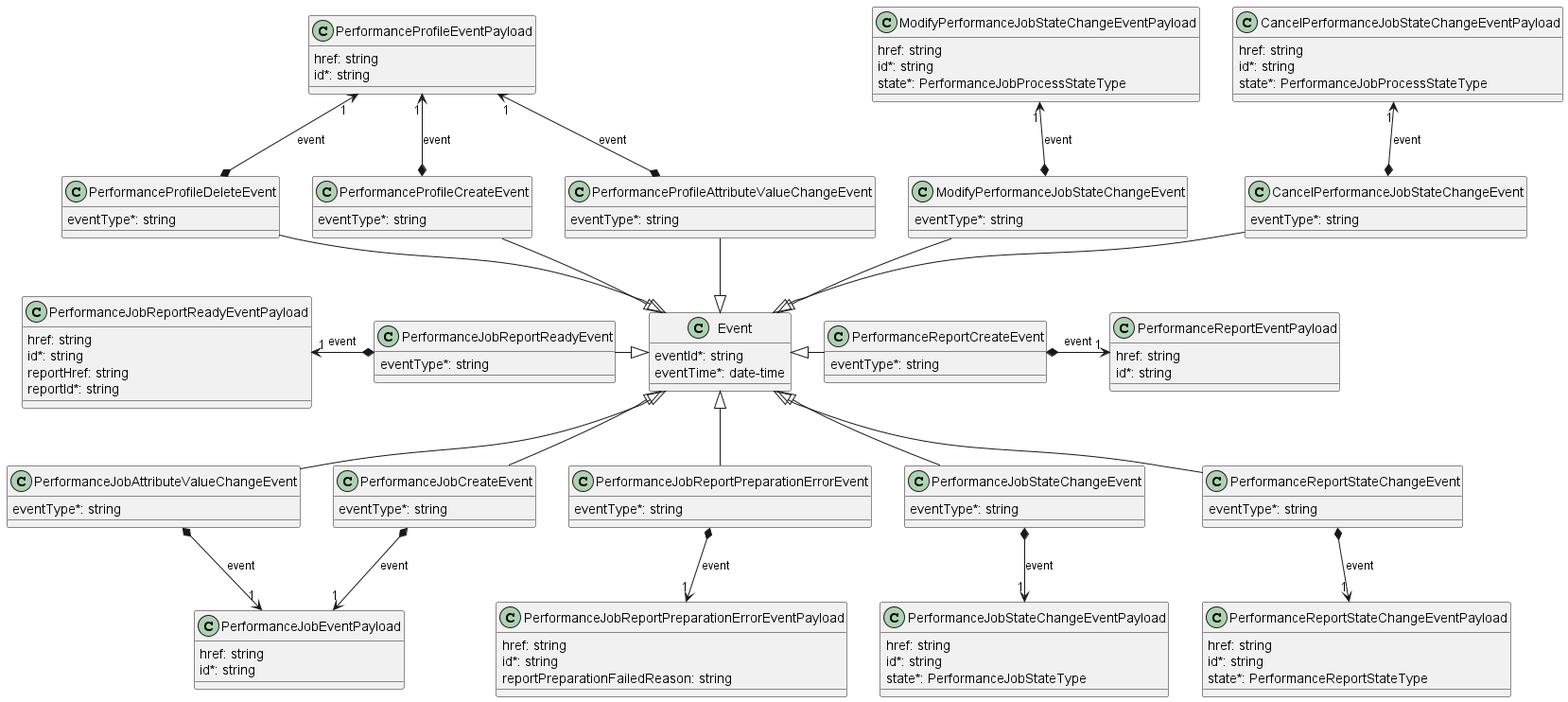
Before: documentation/serviceApi/pm/performance/media/performanceMonitoringNotificationModel.png, a diagram exported from PlantUML (MEF-GIT/MEF-LSO-Legato-SDK).
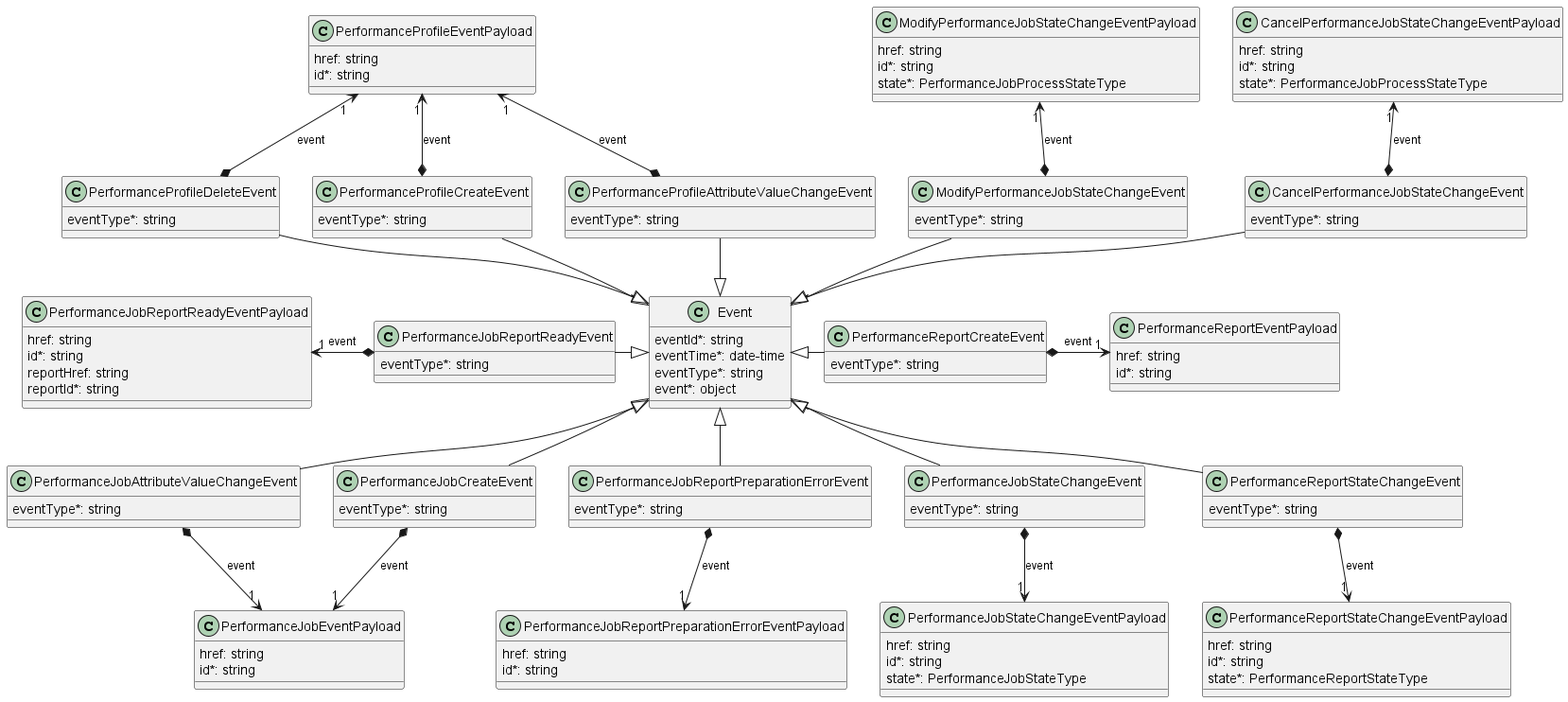
The same file after the commit.

What changed in the source:
```diff
@@ -1,186 +1,142 @@
 @startuml performanceMonitoringNotificationModel
 
 class CancelPerformanceJobStateChangeEvent {
-
     eventType*: string
 }
 Event <|-u- CancelPerformanceJobStateChangeEvent
 
 CancelPerformanceJobStateChangeEvent *-u->"1" CancelPerformanceJobStateChangeEventPayload : event
 
-
 class CancelPerformanceJobStateChangeEventPayload {
-
     href: string
     id*: string
     state*: PerformanceJobProcessStateType
 }
+
 class Event {
-
     eventId*: string
     eventTime*: date-time
+    eventType*: string
+    event*: object
 }
 
-
-
 class ModifyPerformanceJobStateChangeEvent {
-
     eventType*: string
 }
 Event <|-u- ModifyPerformanceJobStateChangeEvent
 
 ModifyPerformanceJobStateChangeEvent *-u->"1" ModifyPerformanceJobStateChangeEventPayload : event
 
-
 class ModifyPerformanceJobStateChangeEventPayload {
-
     href: string
     id*: string
     state*: PerformanceJobProcessStateType
 }
 
-
-
 class PerformanceJobAttributeValueChangeEvent {
-
     eventType*: string
 }
 Event <|-- PerformanceJobAttributeValueChangeEvent
 
 PerformanceJobAttributeValueChangeEvent *-->"1" PerformanceJobEventPayload : event
 
-
 class PerformanceJobCreateEvent {
-
     eventType*: string
 }
 Event <|-- PerformanceJobCreateEvent
 
 PerformanceJobCreateEvent *-->"1" PerformanceJobEventPayload : event
 
-
 class PerformanceJobEventPayload {
-
     href: string
     id*: string
 }
 
 class PerformanceJobReportPreparationErrorEvent {
-
     eventType*: string
 }
 Event <|-- PerformanceJobReportPreparationErrorEvent
 
 PerformanceJobReportPreparationErrorEvent *-->"1" PerformanceJobReportPreparationErrorEventPayload : event
 
-
 class PerformanceJobReportPreparationErrorEventPayload {
-
     href: string
     id*: string
-    reportPreparationFailedReason: string
 }
 
-
-
 class PerformanceJobReportReadyEvent {
-
     eventType*: string
 }
 Event <|-l- PerformanceJobReportReadyEvent
 
 PerformanceJobReportReadyEvent *-l->"1" PerformanceJobReportReadyEventPayload : event
 
-
 class PerformanceJobReportReadyEventPayload {
-
     href: string
     id*: string
     reportHref: string
     reportId*: string
 }
 
-
-
 class PerformanceJobStateChangeEvent {
-
     eventType*: string
 }
 Event <|-- PerformanceJobStateChangeEvent
 
 PerformanceJobStateChangeEvent *-->"1" PerformanceJobStateChangeEventPayload : event
 
-
 class PerformanceJobStateChangeEventPayload {
-
     href: string
     id*: string
     state*: PerformanceJobStateType
 }
 
 class PerformanceProfileAttributeValueChangeEvent {
-
     eventType*: string
 }
 Event <|-u- PerformanceProfileAttributeValueChangeEvent
 
 PerformanceProfileAttributeValueChangeEvent *-u->"1" PerformanceProfileEventPayload : event
 
-
 class PerformanceProfileCreateEvent {
-
     eventType*: string
 }
 Event <|-u- PerformanceProfileCreateEvent
 
 PerformanceProfileCreateEvent *-u->"1" PerformanceProfileEventPayload : event
 
-
 class PerformanceProfileDeleteEvent {
-
     eventType*: string
 }
 Event <|-u- PerformanceProfileDeleteEvent
 
 PerformanceProfileDeleteEvent *-u->"1" PerformanceProfileEventPayload : event
 
-
 class PerformanceProfileEventPayload {
-
     href: string
     id*: string
 }
 
-
-
 class PerformanceReportCreateEvent {
-
     eventType*: string
 }
 Event <|-r- PerformanceReportCreateEvent
 
 PerformanceReportCreateEvent *-r->"1" PerformanceReportEventPayload : event
 
-
 class PerformanceReportEventPayload {
-
     href: string
     id*: string
 }
 
-
-
 class PerformanceReportStateChangeEvent {
-
     eventType*: string
 }
 Event <|-- PerformanceReportStateChangeEvent
 
 PerformanceReportStateChangeEvent *-->"1" PerformanceReportStateChangeEventPayload : event
 
-
 class PerformanceReportStateChangeEventPayload {
-
     href: string
     id*: string
     state*: PerformanceReportStateType
```
